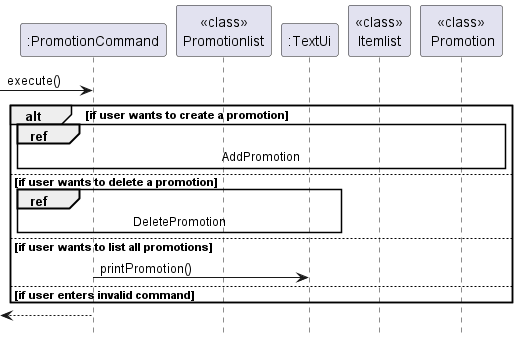
Before: docs/Diagrams/Images/Promotion/Promotion_SequenceDigram.png, a diagram exported from PlantUML (LowTL/tp). Source of this version:
```plantuml
@startuml

participant ":PromotionCommand" as PromotionCommand
participant "<<class>>\nPromotionlist" as PromotionList
participant ":TextUi" as TextUi
participant "<<class>>\nItemlist" as Itemlist
participant "<<class>>\n Promotion" as Promotion


-> PromotionCommand: execute()

alt if user wants to create a promotion
    ref over PromotionCommand, PromotionList, Itemlist, Promotion, TextUi : AddPromotion
else if user wants to delete a promotion
    ref over PromotionCommand, PromotionList, TextUi : DeletePromotion
else if user wants to list all promotions
    PromotionCommand -> TextUi: printPromotion()
else if user enters invalid command
end

<-- PromotionCommand

hide footbox
@enduml
```
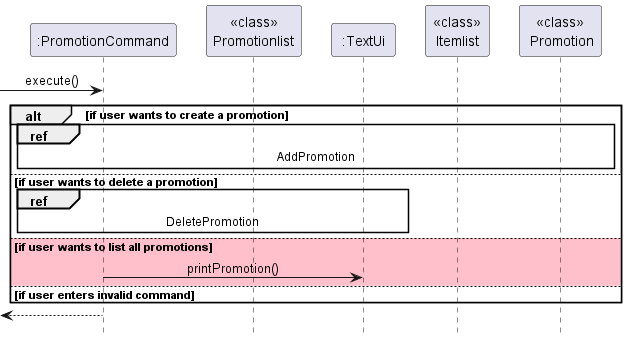
After the change.

What changed in the source:
```diff
@@ -1,4 +1,5 @@
 @startuml
+!include ../Style.puml
 
 participant ":PromotionCommand" as PromotionCommand
 participant "<<class>>\nPromotionlist" as PromotionList
@@ -13,7 +14,7 @@
     ref over PromotionCommand, PromotionList, Itemlist, Promotion, TextUi : AddPromotion
 else if user wants to delete a promotion
     ref over PromotionCommand, PromotionList, TextUi : DeletePromotion
-else if user wants to list all promotions
+else #Pink if user wants to list all promotions
     PromotionCommand -> TextUi: printPromotion()
 else if user enters invalid command
 end
```
